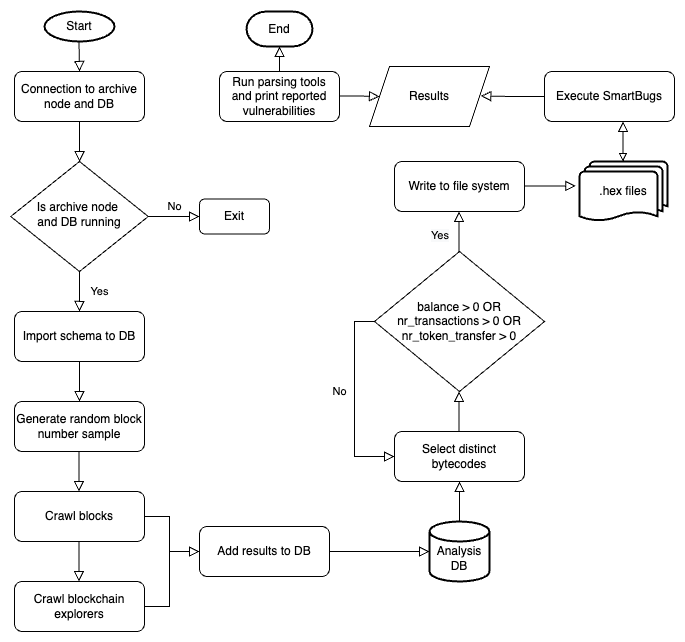
Before: figures/flow-chart.png, a diagram exported from draw.io (mchara01/centaur). Source tidied: cells renumbered, new cells last; positions are measured from the earlier drawing's top-left corner, leaving out a move shared by most shapes. The source it was exported from:
```xml
<mxGraphModel>
  <root>
    <mxCell id="0" />
    <mxCell id="1" parent="0" />
    <mxCell id="2" style="rounded=0;html=1;jettySize=auto;fontSize=11;endArrow=block;endFill=0;endSize=8;strokeWidth=1;shadow=0;labelBackgroundColor=none;edgeStyle=orthogonalEdgeStyle;" parent="1" edge="1" source="3" target="6">
      <mxGeometry relative="1" as="geometry" />
    </mxCell>
    <mxCell id="3" value="Connection to archive node and DB" style="rounded=1;whiteSpace=wrap;html=1;fontSize=12;glass=0;strokeWidth=1;shadow=0;" parent="1" vertex="1">
      <mxGeometry x="4" y="60" width="130" height="50" as="geometry" />
    </mxCell>
    <mxCell id="4" value="Yes" style="rounded=0;html=1;jettySize=auto;fontSize=11;endArrow=block;endFill=0;endSize=8;strokeWidth=1;shadow=0;labelBackgroundColor=none;edgeStyle=orthogonalEdgeStyle;" parent="1" edge="1" source="6">
      <mxGeometry y="20" relative="1" as="geometry">
        <mxPoint x="69" y="300" as="targetPoint" />
      </mxGeometry>
    </mxCell>
    <mxCell id="5" value="No" style="edgeStyle=orthogonalEdgeStyle;rounded=0;html=1;jettySize=auto;fontSize=11;endArrow=block;endFill=0;endSize=8;strokeWidth=1;shadow=0;labelBackgroundColor=none;" parent="1" edge="1" source="6" target="7">
      <mxGeometry y="10" relative="1" as="geometry" />
    </mxCell>
    <mxCell id="6" value="Is archive node &lt;br&gt;and DB running" style="rhombus;whiteSpace=wrap;html=1;shadow=0;fontFamily=Helvetica;fontSize=12;align=center;strokeWidth=1;spacing=6;spacingTop=-4;" parent="1" vertex="1">
      <mxGeometry x="0.2" y="150" width="137.5" height="110" as="geometry" />
    </mxCell>
    <mxCell id="7" value="Exit" style="rounded=1;whiteSpace=wrap;html=1;fontSize=12;glass=0;strokeWidth=1;shadow=0;" parent="1" vertex="1">
      <mxGeometry x="189" y="187.5" width="70" height="35" as="geometry" />
    </mxCell>
    <mxCell id="8" style="rounded=0;html=1;jettySize=auto;orthogonalLoop=1;fontSize=11;endArrow=block;endFill=0;endSize=8;strokeWidth=1;shadow=0;labelBackgroundColor=none;edgeStyle=orthogonalEdgeStyle;" parent="1" edge="1">
      <mxGeometry relative="1" as="geometry">
        <mxPoint x="68.5" y="30" as="sourcePoint" />
        <mxPoint x="69" y="60" as="targetPoint" />
      </mxGeometry>
    </mxCell>
    <mxCell id="9" value="Import schema to DB" style="rounded=1;whiteSpace=wrap;html=1;fontSize=12;glass=0;strokeWidth=1;shadow=0;" parent="1" vertex="1">
      <mxGeometry x="4" y="300" width="130" height="50" as="geometry" />
    </mxCell>
    <mxCell id="10" value="Generate random block number sample" style="rounded=1;whiteSpace=wrap;html=1;fontSize=12;glass=0;strokeWidth=1;shadow=0;" parent="1" vertex="1">
      <mxGeometry x="4" y="390" width="130" height="50" as="geometry" />
    </mxCell>
    <mxCell id="11" style="rounded=0;html=1;jettySize=auto;fontSize=11;endArrow=block;endFill=0;endSize=8;strokeWidth=1;shadow=0;labelBackgroundColor=none;edgeStyle=orthogonalEdgeStyle;exitX=0.5;exitY=1;exitDx=0;exitDy=0;entryX=0.5;entryY=0;entryDx=0;entryDy=0;" parent="1" edge="1" source="9" target="10">
      <mxGeometry relative="1" as="geometry" />
    </mxCell>
    <mxCell id="12" style="strokeWidth=2;html=1;shape=mxgraph.flowchart.start_1;whiteSpace=wrap;" parent="1" vertex="1">
      <mxGeometry x="34" width="70" height="30" as="geometry" />
    </mxCell>
    <mxCell id="13" value="Start" style="text;html=1;strokeColor=none;fillColor=none;align=center;verticalAlign=middle;whiteSpace=wrap;rounded=0;" parent="1" vertex="1">
      <mxGeometry x="39" width="60" height="30" as="geometry" />
    </mxCell>
    <mxCell id="14" value="Crawl blocks" style="rounded=1;whiteSpace=wrap;html=1;fontSize=12;glass=0;strokeWidth=1;shadow=0;" parent="1" vertex="1">
      <mxGeometry x="4" y="480" width="130" height="50" as="geometry" />
    </mxCell>
    <mxCell id="15" style="rounded=0;html=1;jettySize=auto;orthogonalLoop=1;fontSize=11;endArrow=block;endFill=0;endSize=8;strokeWidth=1;shadow=0;labelBackgroundColor=none;edgeStyle=orthogonalEdgeStyle;exitX=0.5;exitY=1;exitDx=0;exitDy=0;entryX=0.5;entryY=0;entryDx=0;entryDy=0;" parent="1" edge="1">
      <mxGeometry relative="1" as="geometry">
        <mxPoint x="68.5" y="440" as="sourcePoint" />
        <mxPoint x="68.5" y="480" as="targetPoint" />
      </mxGeometry>
    </mxCell>
    <mxCell id="16" value="&lt;br&gt;Analysis&lt;br&gt;DB" style="strokeWidth=2;html=1;shape=mxgraph.flowchart.database;whiteSpace=wrap;" parent="1" vertex="1">
      <mxGeometry x="419" y="510" width="60" height="60" as="geometry" />
    </mxCell>
    <mxCell id="17" value="Add results to DB" style="rounded=1;whiteSpace=wrap;html=1;fontSize=12;glass=0;strokeWidth=1;shadow=0;" parent="1" vertex="1">
      <mxGeometry x="189" y="515" width="130" height="50" as="geometry" />
    </mxCell>
    <mxCell id="18" style="rounded=0;html=1;jettySize=auto;fontSize=11;endArrow=block;endFill=0;endSize=8;strokeWidth=1;shadow=0;labelBackgroundColor=none;edgeStyle=orthogonalEdgeStyle;exitX=1;exitY=0.5;exitDx=0;exitDy=0;" parent="1" edge="1" source="14">
      <mxGeometry relative="1" as="geometry">
        <mxPoint x="189" y="540" as="targetPoint" />
        <Array as="points">
          <mxPoint x="159" y="505" />
          <mxPoint x="159" y="540" />
        </Array>
      </mxGeometry>
    </mxCell>
    <mxCell id="19" value="Crawl blockchain explorers" style="rounded=1;whiteSpace=wrap;html=1;fontSize=12;glass=0;strokeWidth=1;shadow=0;" parent="1" vertex="1">
      <mxGeometry x="4" y="570" width="130" height="50" as="geometry" />
    </mxCell>
    <mxCell id="20" style="rounded=0;html=1;jettySize=auto;orthogonalLoop=1;fontSize=11;endArrow=block;endFill=0;endSize=8;strokeWidth=1;shadow=0;labelBackgroundColor=none;edgeStyle=orthogonalEdgeStyle;exitX=0.5;exitY=1;exitDx=0;exitDy=0;entryX=0.5;entryY=0;entryDx=0;entryDy=0;" parent="1" edge="1">
      <mxGeometry relative="1" as="geometry">
        <mxPoint x="68.5" y="530" as="sourcePoint" />
        <mxPoint x="68.5" y="570" as="targetPoint" />
      </mxGeometry>
    </mxCell>
    <mxCell id="21" style="rounded=0;html=1;jettySize=auto;fontSize=11;endArrow=block;endFill=0;endSize=8;strokeWidth=1;shadow=0;labelBackgroundColor=none;edgeStyle=orthogonalEdgeStyle;exitX=1;exitY=0.5;exitDx=0;exitDy=0;" parent="1" edge="1" source="19">
      <mxGeometry relative="1" as="geometry">
        <mxPoint x="189" y="540" as="targetPoint" />
        <Array as="points">
          <mxPoint x="159" y="595" />
          <mxPoint x="159" y="540" />
        </Array>
      </mxGeometry>
    </mxCell>
    <mxCell id="22" style="rounded=0;html=1;jettySize=auto;fontSize=11;endArrow=block;endFill=0;endSize=8;strokeWidth=1;shadow=0;labelBackgroundColor=none;edgeStyle=orthogonalEdgeStyle;exitX=1;exitY=0.5;exitDx=0;exitDy=0;entryX=0;entryY=0.5;entryDx=0;entryDy=0;entryPerimeter=0;" parent="1" edge="1" source="17" target="16">
      <mxGeometry relative="1" as="geometry" />
    </mxCell>
    <mxCell id="23" value="Select distinct bytecodes" style="rounded=1;whiteSpace=wrap;html=1;fontSize=12;glass=0;strokeWidth=1;shadow=0;" parent="1" vertex="1">
      <mxGeometry x="384" y="420" width="130" height="50" as="geometry" />
    </mxCell>
    <mxCell id="24" style="rounded=0;html=1;jettySize=auto;fontSize=11;endArrow=block;endFill=0;endSize=8;strokeWidth=1;shadow=0;labelBackgroundColor=none;edgeStyle=orthogonalEdgeStyle;exitX=0.5;exitY=0;exitDx=0;exitDy=0;entryX=0.5;entryY=1;entryDx=0;entryDy=0;exitPerimeter=0;" parent="1" edge="1" source="16" target="23">
      <mxGeometry relative="1" as="geometry">
        <Array as="points">
          <mxPoint x="449" y="470" />
        </Array>
      </mxGeometry>
    </mxCell>
    <mxCell id="25" value="balance &amp;gt; 0 OR&lt;br&gt;nr_transactions &amp;gt; 0 OR&lt;br&gt;nr_token_transfer &amp;gt; 0" style="rhombus;whiteSpace=wrap;html=1;verticalAlign=middle;" parent="1" vertex="1">
      <mxGeometry x="364" y="240" width="170" height="140" as="geometry" />
    </mxCell>
    <mxCell id="26" style="rounded=0;html=1;jettySize=auto;orthogonalLoop=1;fontSize=11;endArrow=block;endFill=0;endSize=8;strokeWidth=1;shadow=0;labelBackgroundColor=none;edgeStyle=orthogonalEdgeStyle;exitX=0.5;exitY=0;exitDx=0;exitDy=0;entryX=0.5;entryY=1;entryDx=0;entryDy=0;exitPerimeter=0;" parent="1" edge="1">
      <mxGeometry relative="1" as="geometry">
        <mxPoint x="448.5" y="420" as="sourcePoint" />
        <mxPoint x="448.5" y="380" as="targetPoint" />
        <Array as="points">
          <mxPoint x="448.5" y="380" />
        </Array>
      </mxGeometry>
    </mxCell>
    <mxCell id="27" value="No" style="edgeStyle=orthogonalEdgeStyle;rounded=0;html=1;jettySize=auto;fontSize=11;endArrow=block;endFill=0;endSize=8;strokeWidth=1;shadow=0;labelBackgroundColor=none;exitX=0;exitY=0.5;exitDx=0;exitDy=0;entryX=0;entryY=0.5;entryDx=0;entryDy=0;" parent="1" edge="1" source="25" target="23">
      <mxGeometry x="-0.08" y="-15" relative="1" as="geometry" />
    </mxCell>
    <mxCell id="28" style="rounded=0;html=1;jettySize=auto;orthogonalLoop=1;fontSize=11;endArrow=block;endFill=0;endSize=8;strokeWidth=1;shadow=0;labelBackgroundColor=none;edgeStyle=orthogonalEdgeStyle;exitX=0.5;exitY=0;exitDx=0;exitDy=0;entryX=0.5;entryY=1;entryDx=0;entryDy=0;exitPerimeter=0;" parent="1" edge="1">
      <mxGeometry relative="1" as="geometry">
        <mxPoint x="448.5" y="240" as="sourcePoint" />
        <mxPoint x="448.5" y="200" as="targetPoint" />
        <Array as="points">
          <mxPoint x="448.5" y="200" />
        </Array>
      </mxGeometry>
    </mxCell>
    <mxCell id="29" value="&lt;span style=&quot;color: rgb(0, 0, 0); font-family: Helvetica; font-size: 11px; font-style: normal; font-variant-ligatures: normal; font-variant-caps: normal; font-weight: 400; letter-spacing: normal; orphans: 2; text-align: center; text-indent: 0px; text-transform: none; widows: 2; word-spacing: 0px; -webkit-text-stroke-width: 0px; background-color: rgb(248, 249, 250); text-decoration-thickness: initial; text-decoration-style: initial; text-decoration-color: initial; float: none; display: inline !important;&quot;&gt;Yes&lt;/span&gt;" style="text;whiteSpace=wrap;html=1;" parent="1" vertex="1">
      <mxGeometry x="419" y="210" width="20" height="30" as="geometry" />
    </mxCell>
    <mxCell id="30" value="Write to file system" style="rounded=1;whiteSpace=wrap;html=1;fontSize=12;glass=0;strokeWidth=1;shadow=0;" parent="1" vertex="1">
      <mxGeometry x="384" y="150" width="130" height="50" as="geometry" />
    </mxCell>
    <mxCell id="31" style="edgeStyle=orthogonalEdgeStyle;rounded=0;html=1;jettySize=auto;orthogonalLoop=1;fontSize=11;endArrow=block;endFill=0;endSize=8;strokeWidth=1;shadow=0;labelBackgroundColor=none;" parent="1" edge="1">
      <mxGeometry y="10" relative="1" as="geometry">
        <mxPoint x="514" y="174.5" as="sourcePoint" />
        <mxPoint x="565.2" y="174.5" as="targetPoint" />
      </mxGeometry>
    </mxCell>
    <mxCell id="32" value="Execute SmartBugs" style="rounded=1;whiteSpace=wrap;html=1;fontSize=12;glass=0;strokeWidth=1;shadow=0;" parent="1" vertex="1">
      <mxGeometry x="534" y="60" width="130" height="50" as="geometry" />
    </mxCell>
    <mxCell id="33" style="rounded=0;html=1;jettySize=auto;orthogonalLoop=1;fontSize=11;endArrow=block;endFill=0;endSize=8;strokeWidth=1;shadow=0;labelBackgroundColor=none;edgeStyle=orthogonalEdgeStyle;exitX=0.5;exitY=0;exitDx=0;exitDy=0;entryX=0.5;entryY=1;entryDx=0;entryDy=0;exitPerimeter=0;startArrow=block;startFill=0;" parent="1" edge="1">
      <mxGeometry relative="1" as="geometry">
        <mxPoint x="612.5" y="150" as="sourcePoint" />
        <mxPoint x="612.5" y="110" as="targetPoint" />
        <Array as="points">
          <mxPoint x="612.5" y="110" />
        </Array>
      </mxGeometry>
    </mxCell>
    <mxCell id="34" style="edgeStyle=orthogonalEdgeStyle;rounded=0;html=1;jettySize=auto;fontSize=11;endArrow=block;endFill=0;endSize=8;strokeWidth=1;shadow=0;labelBackgroundColor=none;exitX=0;exitY=0.5;exitDx=0;exitDy=0;" parent="1" edge="1" source="32">
      <mxGeometry y="10" relative="1" as="geometry">
        <mxPoint x="470.2" y="84.5" as="targetPoint" />
      </mxGeometry>
    </mxCell>
    <mxCell id="35" value="Run parsing tools&lt;br&gt;and print reported vulnerabilities" style="rounded=1;whiteSpace=wrap;html=1;fontSize=12;glass=0;strokeWidth=1;shadow=0;" parent="1" vertex="1">
      <mxGeometry x="209" y="60" width="120" height="50" as="geometry" />
    </mxCell>
    <mxCell id="36" value="Results" style="shape=parallelogram;perimeter=parallelogramPerimeter;whiteSpace=wrap;html=1;fixedSize=1;" parent="1" vertex="1">
      <mxGeometry x="359" y="55" width="120" height="60" as="geometry" />
    </mxCell>
    <mxCell id="37" style="edgeStyle=orthogonalEdgeStyle;rounded=0;html=1;jettySize=auto;fontSize=11;endArrow=block;endFill=0;endSize=8;strokeWidth=1;shadow=0;labelBackgroundColor=none;entryX=0;entryY=0.5;entryDx=0;entryDy=0;" parent="1" edge="1" target="36">
      <mxGeometry y="10" relative="1" as="geometry">
        <mxPoint x="329" y="84.5" as="sourcePoint" />
      </mxGeometry>
    </mxCell>
    <mxCell id="38" value=".hex files" style="strokeWidth=2;html=1;shape=mxgraph.flowchart.multi-document;whiteSpace=wrap;" parent="1" vertex="1">
      <mxGeometry x="569" y="150" width="88" height="60" as="geometry" />
    </mxCell>
    <mxCell id="39" value="End" style="strokeWidth=2;html=1;shape=mxgraph.flowchart.terminator;whiteSpace=wrap;" parent="1" vertex="1">
      <mxGeometry x="236" width="66" height="35" as="geometry" />
    </mxCell>
    <mxCell id="40" style="edgeStyle=orthogonalEdgeStyle;rounded=0;html=1;jettySize=auto;fontSize=11;endArrow=block;endFill=0;endSize=8;strokeWidth=1;shadow=0;labelBackgroundColor=none;exitX=0.5;exitY=0;exitDx=0;exitDy=0;entryX=0.5;entryY=1;entryDx=0;entryDy=0;entryPerimeter=0;" parent="1" edge="1" source="35" target="39">
      <mxGeometry y="10" relative="1" as="geometry" />
    </mxCell>
  </root>
</mxGraphModel>
```
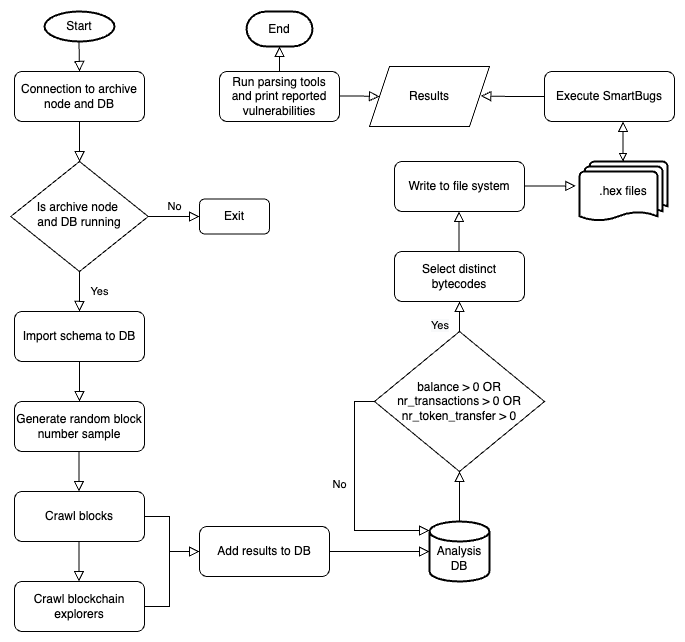
After the commit.

Diff of the diagram source:
```diff
@@ -89,28 +89,15 @@
       <mxGeometry relative="1" as="geometry" />
     </mxCell>
     <mxCell id="23" value="Select distinct bytecodes" style="rounded=1;whiteSpace=wrap;html=1;fontSize=12;glass=0;strokeWidth=1;shadow=0;" parent="1" vertex="1">
-      <mxGeometry x="384" y="420" width="130" height="50" as="geometry" />
+      <mxGeometry x="384" y="240" width="130" height="50" as="geometry" />
     </mxCell>
-    <mxCell id="24" style="rounded=0;html=1;jettySize=auto;fontSize=11;endArrow=block;endFill=0;endSize=8;strokeWidth=1;shadow=0;labelBackgroundColor=none;edgeStyle=orthogonalEdgeStyle;exitX=0.5;exitY=0;exitDx=0;exitDy=0;entryX=0.5;entryY=1;entryDx=0;entryDy=0;exitPerimeter=0;" parent="1" edge="1" source="16" target="23">
-      <mxGeometry relative="1" as="geometry">
-        <Array as="points">
-          <mxPoint x="449" y="470" />
-        </Array>
-      </mxGeometry>
+    <mxCell id="24" style="rounded=0;html=1;jettySize=auto;fontSize=11;endArrow=block;endFill=0;endSize=8;strokeWidth=1;shadow=0;labelBackgroundColor=none;edgeStyle=orthogonalEdgeStyle;exitX=0.5;exitY=0;exitDx=0;exitDy=0;exitPerimeter=0;" parent="1" edge="1" source="16" target="25">
+      <mxGeometry relative="1" as="geometry" />
     </mxCell>
     <mxCell id="25" value="balance &amp;gt; 0 OR&lt;br&gt;nr_transactions &amp;gt; 0 OR&lt;br&gt;nr_token_transfer &amp;gt; 0" style="rhombus;whiteSpace=wrap;html=1;verticalAlign=middle;" parent="1" vertex="1">
-      <mxGeometry x="364" y="240" width="170" height="140" as="geometry" />
+      <mxGeometry x="364" y="320" width="170" height="140" as="geometry" />
     </mxCell>
-    <mxCell id="26" style="rounded=0;html=1;jettySize=auto;orthogonalLoop=1;fontSize=11;endArrow=block;endFill=0;endSize=8;strokeWidth=1;shadow=0;labelBackgroundColor=none;edgeStyle=orthogonalEdgeStyle;exitX=0.5;exitY=0;exitDx=0;exitDy=0;entryX=0.5;entryY=1;entryDx=0;entryDy=0;exitPerimeter=0;" parent="1" edge="1">
-      <mxGeometry relative="1" as="geometry">
-        <mxPoint x="448.5" y="420" as="sourcePoint" />
-        <mxPoint x="448.5" y="380" as="targetPoint" />
-        <Array as="points">
-          <mxPoint x="448.5" y="380" />
-        </Array>
-      </mxGeometry>
-    </mxCell>
-    <mxCell id="27" value="No" style="edgeStyle=orthogonalEdgeStyle;rounded=0;html=1;jettySize=auto;fontSize=11;endArrow=block;endFill=0;endSize=8;strokeWidth=1;shadow=0;labelBackgroundColor=none;exitX=0;exitY=0.5;exitDx=0;exitDy=0;entryX=0;entryY=0.5;entryDx=0;entryDy=0;" parent="1" edge="1" source="25" target="23">
+    <mxCell id="27" value="No" style="edgeStyle=orthogonalEdgeStyle;rounded=0;html=1;jettySize=auto;fontSize=11;endArrow=block;endFill=0;endSize=8;strokeWidth=1;shadow=0;labelBackgroundColor=none;exitX=0;exitY=0.5;exitDx=0;exitDy=0;entryX=0;entryY=0.15;entryDx=0;entryDy=0;entryPerimeter=0;" parent="1" edge="1" source="25" target="16">
       <mxGeometry x="-0.08" y="-15" relative="1" as="geometry" />
     </mxCell>
     <mxCell id="28" style="rounded=0;html=1;jettySize=auto;orthogonalLoop=1;fontSize=11;endArrow=block;endFill=0;endSize=8;strokeWidth=1;shadow=0;labelBackgroundColor=none;edgeStyle=orthogonalEdgeStyle;exitX=0.5;exitY=0;exitDx=0;exitDy=0;entryX=0.5;entryY=1;entryDx=0;entryDy=0;exitPerimeter=0;" parent="1" edge="1">
@@ -123,7 +110,7 @@
       </mxGeometry>
     </mxCell>
     <mxCell id="29" value="&lt;span style=&quot;color: rgb(0, 0, 0); font-family: Helvetica; font-size: 11px; font-style: normal; font-variant-ligatures: normal; font-variant-caps: normal; font-weight: 400; letter-spacing: normal; orphans: 2; text-align: center; text-indent: 0px; text-transform: none; widows: 2; word-spacing: 0px; -webkit-text-stroke-width: 0px; background-color: rgb(248, 249, 250); text-decoration-thickness: initial; text-decoration-style: initial; text-decoration-color: initial; float: none; display: inline !important;&quot;&gt;Yes&lt;/span&gt;" style="text;whiteSpace=wrap;html=1;" parent="1" vertex="1">
-      <mxGeometry x="419" y="210" width="20" height="30" as="geometry" />
+      <mxGeometry x="419" y="300" width="20" height="30" as="geometry" />
     </mxCell>
     <mxCell id="30" value="Write to file system" style="rounded=1;whiteSpace=wrap;html=1;fontSize=12;glass=0;strokeWidth=1;shadow=0;" parent="1" vertex="1">
       <mxGeometry x="384" y="150" width="130" height="50" as="geometry" />
@@ -171,5 +158,13 @@
     <mxCell id="40" style="edgeStyle=orthogonalEdgeStyle;rounded=0;html=1;jettySize=auto;fontSize=11;endArrow=block;endFill=0;endSize=8;strokeWidth=1;shadow=0;labelBackgroundColor=none;exitX=0.5;exitY=0;exitDx=0;exitDy=0;entryX=0.5;entryY=1;entryDx=0;entryDy=0;entryPerimeter=0;" parent="1" edge="1" source="35" target="39">
       <mxGeometry y="10" relative="1" as="geometry" />
     </mxCell>
+    <mxCell id="41" style="rounded=0;html=1;jettySize=auto;fontSize=11;endArrow=block;endFill=0;endSize=8;strokeWidth=1;shadow=0;labelBackgroundColor=none;edgeStyle=orthogonalEdgeStyle;exitX=0.5;exitY=0;exitDx=0;exitDy=0;entryX=0.5;entryY=1;entryDx=0;entryDy=0;" parent="1" edge="1" source="25" target="23">
+      <mxGeometry relative="1" as="geometry">
+        <Array as="points">
+          <mxPoint x="449" y="310" />
+          <mxPoint x="449" y="310" />
+        </Array>
+      </mxGeometry>
+    </mxCell>
   </root>
 </mxGraphModel>
```
